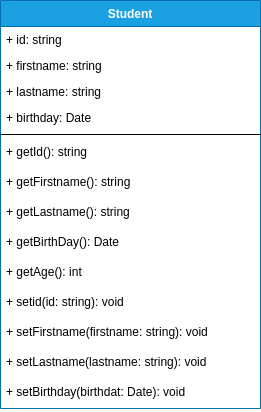
pabloperezmartinez/objectpractice keeps this draw.io diagram as diagrams/class-diagram.drawio.png. Above is the earlier version. Source tidied: cells renumbered, new cells last; positions are measured from the earlier drawing's top-left corner, leaving out a move shared by most shapes.
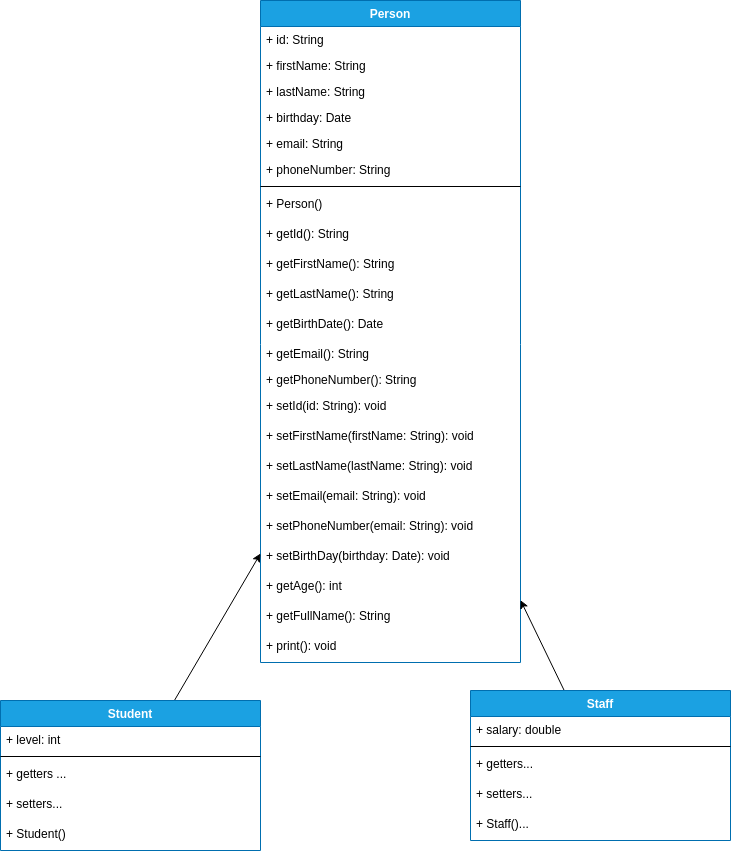
Above is the later version.

Diff of the diagram source:
```diff
@@ -2,50 +2,119 @@
   <root>
     <mxCell id="0" />
     <mxCell id="1" parent="0" />
-    <mxCell id="2" value="Student" style="swimlane;fontStyle=1;align=center;verticalAlign=top;horizontal=1;startSize=26;fillColor=#1ba1e2;fontColor=#ffffff;strokeColor=#006EAF;" parent="1" vertex="1">
-      <mxGeometry width="260" height="408" as="geometry" />
+    <mxCell id="2" value="Person" style="swimlane;fontStyle=1;align=center;verticalAlign=top;horizontal=1;startSize=26;fillColor=#1ba1e2;fontColor=#ffffff;strokeColor=#006EAF;" parent="1" vertex="1">
+      <mxGeometry width="260" height="662" as="geometry" />
     </mxCell>
-    <mxCell id="3" value="+ id: string" style="text;strokeColor=none;fillColor=none;align=left;verticalAlign=top;spacingLeft=4;spacingRight=4;overflow=hidden;" parent="2" vertex="1">
+    <mxCell id="3" value="+ id: String" style="text;strokeColor=none;fillColor=none;align=left;verticalAlign=top;spacingLeft=4;spacingRight=4;overflow=hidden;" parent="2" vertex="1">
       <mxGeometry y="26" width="260" height="26" as="geometry" />
     </mxCell>
-    <mxCell id="4" value="+ firstname: string" style="text;strokeColor=none;fillColor=none;align=left;verticalAlign=top;spacingLeft=4;spacingRight=4;overflow=hidden;" parent="2" vertex="1">
+    <mxCell id="4" value="+ firstName: String" style="text;strokeColor=none;fillColor=none;align=left;verticalAlign=top;spacingLeft=4;spacingRight=4;overflow=hidden;" parent="2" vertex="1">
       <mxGeometry y="52" width="260" height="26" as="geometry" />
     </mxCell>
-    <mxCell id="5" value="+ lastname: string" style="text;strokeColor=none;fillColor=none;align=left;verticalAlign=top;spacingLeft=4;spacingRight=4;overflow=hidden;" parent="2" vertex="1">
+    <mxCell id="5" value="+ lastName: String" style="text;strokeColor=none;fillColor=none;align=left;verticalAlign=top;spacingLeft=4;spacingRight=4;overflow=hidden;" parent="2" vertex="1">
       <mxGeometry y="78" width="260" height="26" as="geometry" />
     </mxCell>
     <mxCell id="6" value="+ birthday: Date" style="text;strokeColor=none;fillColor=none;align=left;verticalAlign=top;spacingLeft=4;spacingRight=4;overflow=hidden;" parent="2" vertex="1">
       <mxGeometry y="104" width="260" height="26" as="geometry" />
     </mxCell>
+    <mxCell id="17" value="+ email: String" style="text;strokeColor=none;fillColor=none;align=left;verticalAlign=top;spacingLeft=4;spacingRight=4;overflow=hidden;" parent="2" vertex="1">
+      <mxGeometry y="130" width="260" height="26" as="geometry" />
+    </mxCell>
+    <mxCell id="18" value="+ phoneNumber: String" style="text;strokeColor=none;fillColor=none;align=left;verticalAlign=top;spacingLeft=4;spacingRight=4;overflow=hidden;" parent="2" vertex="1">
+      <mxGeometry y="156" width="260" height="26" as="geometry" />
+    </mxCell>
     <mxCell id="7" style="line;strokeWidth=1;fillColor=none;align=left;verticalAlign=middle;spacingTop=-1;spacingLeft=3;spacingRight=3;labelPosition=right;" parent="2" vertex="1">
-      <mxGeometry y="130" width="260" height="8" as="geometry" />
+      <mxGeometry y="182" width="260" height="8" as="geometry" />
     </mxCell>
+    <mxCell id="10" value="+ Person()" style="text;strokeColor=none;fillColor=none;align=left;verticalAlign=top;spacingLeft=4;spacingRight=4;overflow=hidden;" parent="2" vertex="1">
+      <mxGeometry y="190" width="260" height="30" as="geometry" />
+    </mxCell>
-    <mxCell id="8" value="+ getId(): string" style="text;strokeColor=none;fillColor=none;align=left;verticalAlign=top;spacingLeft=4;spacingRight=4;overflow=hidden;" parent="2" vertex="1">
-      <mxGeometry y="138" width="260" height="30" as="geometry" />
+    <mxCell id="8" value="+ getId(): String" style="text;strokeColor=none;fillColor=none;align=left;verticalAlign=top;spacingLeft=4;spacingRight=4;overflow=hidden;" parent="2" vertex="1">
+      <mxGeometry y="220" width="260" height="30" as="geometry" />
     </mxCell>
+    <mxCell id="19" value="+ getFirstName(): String" style="text;strokeColor=none;fillColor=none;align=left;verticalAlign=top;spacingLeft=4;spacingRight=4;overflow=hidden;" parent="2" vertex="1">
+      <mxGeometry y="250" width="260" height="30" as="geometry" />
+    </mxCell>
+    <mxCell id="20" value="+ getLastName(): String" style="text;strokeColor=none;fillColor=none;align=left;verticalAlign=top;spacingLeft=4;spacingRight=4;overflow=hidden;" parent="2" vertex="1">
+      <mxGeometry y="280" width="260" height="30" as="geometry" />
+    </mxCell>
+    <mxCell id="21" value="+ getBirthDate(): Date" style="text;strokeColor=none;fillColor=none;align=left;verticalAlign=top;spacingLeft=4;spacingRight=4;overflow=hidden;" parent="2" vertex="1">
+      <mxGeometry y="310" width="260" height="30" as="geometry" />
+    </mxCell>
+    <mxCell id="22" value="+ getEmail(): String" style="text;strokeColor=none;fillColor=none;align=left;verticalAlign=top;spacingLeft=4;spacingRight=4;overflow=hidden;" parent="2" vertex="1">
+      <mxGeometry y="340" width="260" height="26" as="geometry" />
+    </mxCell>
+    <mxCell id="23" value="+ getPhoneNumber(): String" style="text;strokeColor=none;fillColor=none;align=left;verticalAlign=top;spacingLeft=4;spacingRight=4;overflow=hidden;" parent="2" vertex="1">
+      <mxGeometry y="366" width="260" height="26" as="geometry" />
+    </mxCell>
-    <mxCell id="9" value="+ getFirstname(): string" style="text;strokeColor=none;fillColor=none;align=left;verticalAlign=top;spacingLeft=4;spacingRight=4;overflow=hidden;" parent="2" vertex="1">
-      <mxGeometry y="168" width="260" height="30" as="geometry" />
+    <mxCell id="9" value="+ setId(id: String): void" style="text;strokeColor=none;fillColor=none;align=left;verticalAlign=top;spacingLeft=4;spacingRight=4;overflow=hidden;" parent="2" vertex="1">
+      <mxGeometry y="392" width="260" height="30" as="geometry" />
     </mxCell>
-    <mxCell id="10" value="+ getLastname(): string" style="text;strokeColor=none;fillColor=none;align=left;verticalAlign=top;spacingLeft=4;spacingRight=4;overflow=hidden;" parent="2" vertex="1">
-      <mxGeometry y="198" width="260" height="30" as="geometry" />
-    </mxCell>
-    <mxCell id="11" value="+ getBirthDay(): Date" style="text;strokeColor=none;fillColor=none;align=left;verticalAlign=top;spacingLeft=4;spacingRight=4;overflow=hidden;" parent="2" vertex="1">
-      <mxGeometry y="228" width="260" height="30" as="geometry" />
-    </mxCell>
+    <mxCell id="24" value="+ setFirstName(firstName: String): void" style="text;strokeColor=none;fillColor=none;align=left;verticalAlign=top;spacingLeft=4;spacingRight=4;overflow=hidden;" parent="2" vertex="1">
+      <mxGeometry y="422" width="260" height="30" as="geometry" />
+    </mxCell>
+    <mxCell id="25" value="+ setLastName(lastName: String): void" style="text;strokeColor=none;fillColor=none;align=left;verticalAlign=top;spacingLeft=4;spacingRight=4;overflow=hidden;" parent="2" vertex="1">
+      <mxGeometry y="452" width="260" height="30" as="geometry" />
+    </mxCell>
+    <mxCell id="26" value="+ setEmail(email: String): void" style="text;strokeColor=none;fillColor=none;align=left;verticalAlign=top;spacingLeft=4;spacingRight=4;overflow=hidden;" parent="2" vertex="1">
+      <mxGeometry y="482" width="260" height="30" as="geometry" />
+    </mxCell>
+    <mxCell id="27" value="+ setPhoneNumber(email: String): void" style="text;strokeColor=none;fillColor=none;align=left;verticalAlign=top;spacingLeft=4;spacingRight=4;overflow=hidden;" parent="2" vertex="1">
+      <mxGeometry y="512" width="260" height="30" as="geometry" />
+    </mxCell>
+    <mxCell id="28" value="+ setBirthDay(birthday: Date): void" style="text;strokeColor=none;fillColor=none;align=left;verticalAlign=top;spacingLeft=4;spacingRight=4;overflow=hidden;" parent="2" vertex="1">
+      <mxGeometry y="542" width="260" height="30" as="geometry" />
+    </mxCell>
     <mxCell id="12" value="+ getAge(): int" style="text;strokeColor=none;fillColor=none;align=left;verticalAlign=top;spacingLeft=4;spacingRight=4;overflow=hidden;" parent="2" vertex="1">
-      <mxGeometry y="258" width="260" height="30" as="geometry" />
+      <mxGeometry y="572" width="260" height="30" as="geometry" />
     </mxCell>
-    <mxCell id="13" value="+ setid(id: string): void" style="text;strokeColor=none;fillColor=none;align=left;verticalAlign=top;spacingLeft=4;spacingRight=4;overflow=hidden;" parent="2" vertex="1">
-      <mxGeometry y="288" width="260" height="30" as="geometry" />
-    </mxCell>
-    <mxCell id="14" value="+ setFirstname(firstname: string): void" style="text;strokeColor=none;fillColor=none;align=left;verticalAlign=top;spacingLeft=4;spacingRight=4;overflow=hidden;" parent="2" vertex="1">
-      <mxGeometry y="318" width="260" height="30" as="geometry" />
-    </mxCell>
-    <mxCell id="15" value="+ setLastname(lastname: string): void" style="text;strokeColor=none;fillColor=none;align=left;verticalAlign=top;spacingLeft=4;spacingRight=4;overflow=hidden;" parent="2" vertex="1">
-      <mxGeometry y="348" width="260" height="30" as="geometry" />
-    </mxCell>
-    <mxCell id="16" value="+ setBirthday(birthdat: Date): void" style="text;strokeColor=none;fillColor=none;align=left;verticalAlign=top;spacingLeft=4;spacingRight=4;overflow=hidden;" parent="2" vertex="1">
-      <mxGeometry y="378" width="260" height="30" as="geometry" />
-    </mxCell>
+    <mxCell id="29" value="+ getFullName(): String" style="text;strokeColor=none;fillColor=none;align=left;verticalAlign=top;spacingLeft=4;spacingRight=4;overflow=hidden;" parent="2" vertex="1">
+      <mxGeometry y="602" width="260" height="30" as="geometry" />
+    </mxCell>
+    <mxCell id="30" value="+ print(): void" style="text;strokeColor=none;fillColor=none;align=left;verticalAlign=top;spacingLeft=4;spacingRight=4;overflow=hidden;" parent="2" vertex="1">
+      <mxGeometry y="632" width="260" height="30" as="geometry" />
+    </mxCell>
+    <mxCell id="31" style="edgeStyle=none;html=1;" parent="1" edge="1" source="32" target="2">
+      <mxGeometry relative="1" as="geometry" />
+    </mxCell>
+    <mxCell id="32" value="Student" style="swimlane;fontStyle=1;align=center;verticalAlign=top;horizontal=1;startSize=26;fillColor=#1ba1e2;fontColor=#ffffff;strokeColor=#006EAF;" parent="1" vertex="1">
+      <mxGeometry x="-260" y="700" width="260" height="150" as="geometry" />
+    </mxCell>
+    <mxCell id="33" value="+ level: int" style="text;strokeColor=none;fillColor=none;align=left;verticalAlign=top;spacingLeft=4;spacingRight=4;overflow=hidden;" parent="32" vertex="1">
+      <mxGeometry y="26" width="260" height="26" as="geometry" />
+    </mxCell>
+    <mxCell id="34" style="line;strokeWidth=1;fillColor=none;align=left;verticalAlign=middle;spacingTop=-1;spacingLeft=3;spacingRight=3;labelPosition=right;" parent="32" vertex="1">
+      <mxGeometry y="52" width="260" height="8" as="geometry" />
+    </mxCell>
+    <mxCell id="35" value="+ getters ..." style="text;strokeColor=none;fillColor=none;align=left;verticalAlign=top;spacingLeft=4;spacingRight=4;overflow=hidden;" parent="32" vertex="1">
+      <mxGeometry y="60" width="260" height="30" as="geometry" />
+    </mxCell>
+    <mxCell id="36" value="+ setters..." style="text;strokeColor=none;fillColor=none;align=left;verticalAlign=top;spacingLeft=4;spacingRight=4;overflow=hidden;" parent="32" vertex="1">
+      <mxGeometry y="90" width="260" height="30" as="geometry" />
+    </mxCell>
+    <mxCell id="37" value="+ Student()" style="text;strokeColor=none;fillColor=none;align=left;verticalAlign=top;spacingLeft=4;spacingRight=4;overflow=hidden;" parent="32" vertex="1">
+      <mxGeometry y="120" width="260" height="30" as="geometry" />
+    </mxCell>
+    <mxCell id="38" style="edgeStyle=none;html=1;" parent="1" edge="1" source="39" target="2">
+      <mxGeometry relative="1" as="geometry" />
+    </mxCell>
+    <mxCell id="39" value="Staff" style="swimlane;fontStyle=1;align=center;verticalAlign=top;horizontal=1;startSize=26;fillColor=#1ba1e2;fontColor=#ffffff;strokeColor=#006EAF;" parent="1" vertex="1">
+      <mxGeometry x="210" y="690" width="260" height="150" as="geometry" />
+    </mxCell>
+    <mxCell id="40" value="+ salary: double" style="text;strokeColor=none;fillColor=none;align=left;verticalAlign=top;spacingLeft=4;spacingRight=4;overflow=hidden;" parent="39" vertex="1">
+      <mxGeometry y="26" width="260" height="26" as="geometry" />
+    </mxCell>
+    <mxCell id="41" style="line;strokeWidth=1;fillColor=none;align=left;verticalAlign=middle;spacingTop=-1;spacingLeft=3;spacingRight=3;labelPosition=right;" parent="39" vertex="1">
+      <mxGeometry y="52" width="260" height="8" as="geometry" />
+    </mxCell>
+    <mxCell id="42" value="+ getters...&#10;" style="text;strokeColor=none;fillColor=none;align=left;verticalAlign=top;spacingLeft=4;spacingRight=4;overflow=hidden;" parent="39" vertex="1">
+      <mxGeometry y="60" width="260" height="30" as="geometry" />
+    </mxCell>
+    <mxCell id="43" value="+ setters...&#10;" style="text;strokeColor=none;fillColor=none;align=left;verticalAlign=top;spacingLeft=4;spacingRight=4;overflow=hidden;" parent="39" vertex="1">
+      <mxGeometry y="90" width="260" height="30" as="geometry" />
+    </mxCell>
+    <mxCell id="44" value="+ Staff()...&#10;" style="text;strokeColor=none;fillColor=none;align=left;verticalAlign=top;spacingLeft=4;spacingRight=4;overflow=hidden;" parent="39" vertex="1">
+      <mxGeometry y="120" width="260" height="30" as="geometry" />
+    </mxCell>
   </root>
 </mxGraphModel>
```
